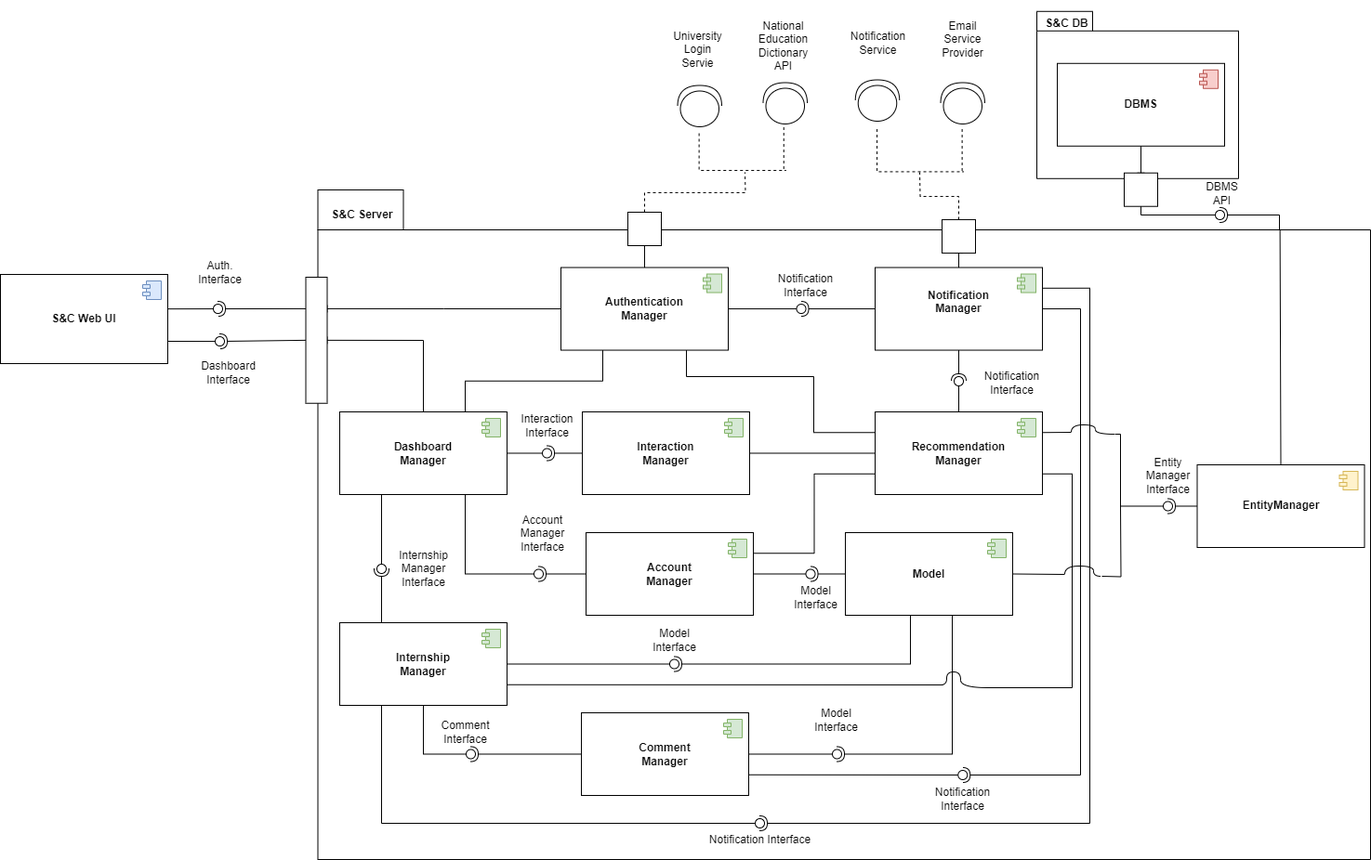
Above: DD_figures/S&C.drawio.png in alesalv0/RattiSalvatoreYalcin (draw.io), before the change. Source tidied: cells renumbered, new cells last; positions are measured from the earlier drawing's top-left corner, leaving out a move shared by most shapes.
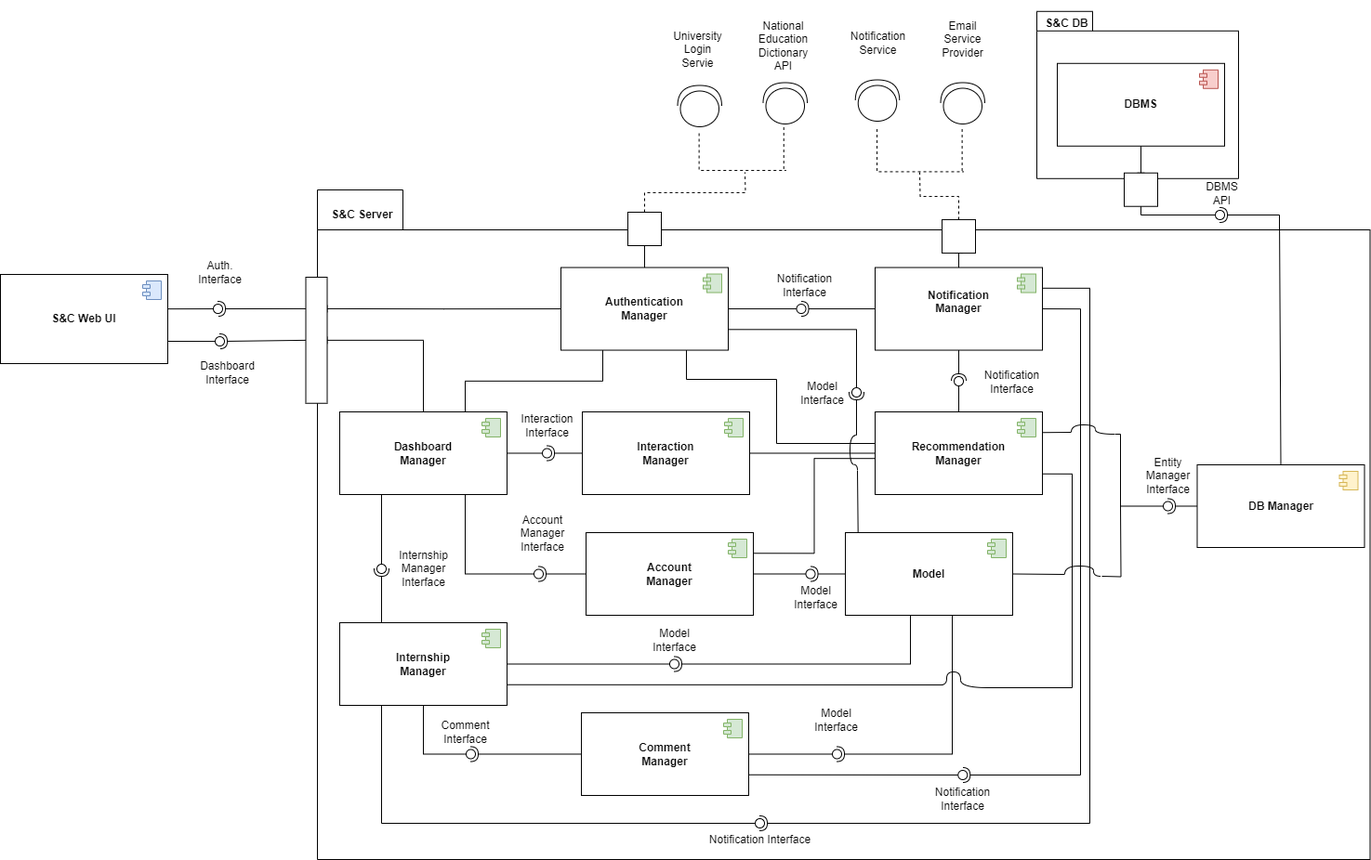
The same diagram one commit later.

Change to the diagram source:
```diff
@@ -3,7 +3,7 @@
     <mxCell id="0" />
     <mxCell id="1" parent="0" />
     <mxCell id="2" value="&lt;div&gt;&lt;span style=&quot;font-weight: normal;&quot;&gt;&lt;br&gt;&lt;/span&gt;&lt;/div&gt;" style="shape=folder;fontStyle=1;spacingTop=10;tabWidth=92;tabHeight=43;tabPosition=left;html=1;whiteSpace=wrap;" parent="1" vertex="1">
-      <mxGeometry x="341.5" y="204" width="1132.5" height="721" as="geometry" />
+      <mxGeometry x="341" y="204" width="1132.5" height="721" as="geometry" />
     </mxCell>
     <mxCell id="3" value="&lt;b&gt;S&amp;amp;C Server&lt;/b&gt;" style="text;html=1;align=center;verticalAlign=middle;strokeColor=none;fillColor=none;" parent="1" vertex="1">
       <mxGeometry x="347" y="218" width="84" height="26" as="geometry" />
@@ -11,7 +11,7 @@
     <mxCell id="4" style="ellipse;whiteSpace=wrap;html=1;align=center;fillColor=none;strokeColor=none;perimeter=centerPerimeter;" parent="1" vertex="1">
       <mxGeometry x="977" y="464" width="10" height="10" as="geometry" />
     </mxCell>
-    <mxCell id="5" value="&lt;b&gt;EntityManager&lt;/b&gt;" style="html=1;whiteSpace=wrap;" parent="1" vertex="1">
+    <mxCell id="5" value="&lt;b&gt;DB Manager&lt;/b&gt;" style="html=1;whiteSpace=wrap;" parent="1" vertex="1">
       <mxGeometry x="1287.5" y="500" width="180" height="89" as="geometry" />
     </mxCell>
     <mxCell id="6" style="shape=module;jettyWidth=8;jettyHeight=4;fillColor=#fff2cc;strokeColor=#d6b656;" parent="5" vertex="1">
@@ -22,12 +22,13 @@
     <mxCell id="7" style="edgeStyle=orthogonalEdgeStyle;rounded=0;jettySize=auto;html=1;entryX=0.5;entryY=1;entryDx=0;entryDy=0;endArrow=baseDash;endFill=0;" parent="1" edge="1" source="10" target="59">
       <mxGeometry relative="1" as="geometry" />
     </mxCell>
-    <mxCell id="8" style="edgeStyle=orthogonalEdgeStyle;rounded=0;jettySize=auto;html=1;exitX=0.75;exitY=1;exitDx=0;exitDy=0;endArrow=baseDash;endFill=0;entryX=0;entryY=0.25;entryDx=0;entryDy=0;" parent="1" edge="1" source="10" target="39">
+    <mxCell id="8" style="edgeStyle=orthogonalEdgeStyle;rounded=0;jettySize=auto;html=1;exitX=0.75;exitY=1;exitDx=0;exitDy=0;endArrow=baseDash;endFill=0;entryX=0.008;entryY=0.38;entryDx=0;entryDy=0;entryPerimeter=0;" parent="1" edge="1" source="10" target="39">
       <mxGeometry relative="1" as="geometry">
         <Array as="points">
-          <mxPoint x="738" y="405" />
-          <mxPoint x="875" y="405" />
-          <mxPoint x="875" y="465" />
+          <mxPoint x="738" y="408" />
+          <mxPoint x="835" y="408" />
+          <mxPoint x="835" y="477" />
+          <mxPoint x="942" y="477" />
         </Array>
       </mxGeometry>
     </mxCell>
@@ -251,7 +252,7 @@
         <mxPoint x="-27" y="7" as="offset" />
       </mxGeometry>
     </mxCell>
-    <mxCell id="69" style="edgeStyle=orthogonalEdgeStyle;rounded=0;jettySize=auto;html=1;exitX=1;exitY=0.25;exitDx=0;exitDy=0;entryX=0;entryY=0.75;entryDx=0;entryDy=0;endArrow=baseDash;endFill=0;" parent="1" edge="1" source="70" target="39">
+    <mxCell id="69" style="edgeStyle=orthogonalEdgeStyle;rounded=0;jettySize=auto;html=1;exitX=1;exitY=0.25;exitDx=0;exitDy=0;entryX=0;entryY=0.564;entryDx=0;entryDy=0;endArrow=baseDash;endFill=0;entryPerimeter=0;" parent="1" edge="1" source="70" target="39">
       <mxGeometry relative="1" as="geometry" />
     </mxCell>
     <mxCell id="70" value="&lt;b&gt;Account&lt;/b&gt;&lt;div&gt;&lt;b&gt;Manager&lt;/b&gt;&lt;span style=&quot;color: rgba(0, 0, 0, 0); font-family: monospace; font-size: 0px; text-align: start; text-wrap-mode: nowrap; background-color: initial;&quot;&gt;%3CmxGraphModel%3E%3Croot%3E%3CmxCell%20id%3D%220%22%2F%3E%3CmxCell%20id%3D%221%22%20parent%3D%220%22%2F%3E%3CmxCell%20id%3D%222%22%20value%3D%22%26lt%3Bb%26gt%3BS%26amp%3Bamp%3BCManager%26lt%3B%2Fb%26gt%3B%22%20style%3D%22html%3D1%3BdropTarget%3D0%3BwhiteSpace%3Dwrap%3B%22%20vertex%3D%221%22%20parent%3D%221%22%3E%3CmxGeometry%20x%3D%22436%22%20y%3D%22396%22%20width%3D%22180%22%20height%3D%2289%22%20as%3D%22geometry%22%2F%3E%3C%2FmxCell%3E%3CmxCell%20id%3D%223%22%20value%3D%22%22%20style%3D%22shape%3Dmodule%3BjettyWidth%3D8%3BjettyHeight%3D4%3BfillColor%3D%23d5e8d4%3BstrokeColor%3D%2382b366%3B%22%20vertex%3D%221%22%20parent%3D%222%22%3E%3CmxGeometry%20x%3D%221%22%20width%3D%2220%22%20height%3D%2220%22%20relative%3D%221%22%20as%3D%22geometry%22%3E%3CmxPoint%20x%3D%22-27%22%20y%3D%227%22%20as%3D%22offset%22%2F%3E%3C%2FmxGeometry%3E%3C%2FmxCell%3E%3C%2Froot%3E%3C%2FmxGraphModel%3E&lt;/span&gt;&lt;/div&gt;" style="html=1;whiteSpace=wrap;" parent="1" vertex="1">
@@ -550,5 +551,37 @@
     <mxCell id="138" style="ellipse;whiteSpace=wrap;html=1;align=center;fillColor=none;strokeColor=none;perimeter=centerPerimeter;points=[];outlineConnect=1;" parent="1" vertex="1">
       <mxGeometry x="1307" y="226" width="10" height="10" as="geometry" />
     </mxCell>
+    <mxCell id="139" style="rounded=0;jettySize=auto;html=1;endArrow=halfCircle;endFill=0;endSize=6;strokeWidth=1;sketch=0;" parent="1" edge="1" target="141">
+      <mxGeometry relative="1" as="geometry">
+        <mxPoint x="921" y="468" as="sourcePoint" />
+      </mxGeometry>
+    </mxCell>
+    <mxCell id="140" style="rounded=0;jettySize=auto;html=1;endArrow=oval;endFill=0;sketch=0;sourcePerimeterSpacing=0;targetPerimeterSpacing=0;endSize=10;exitX=1;exitY=0.75;exitDx=0;exitDy=0;edgeStyle=orthogonalEdgeStyle;" parent="1" edge="1" source="10" target="141">
+      <mxGeometry relative="1" as="geometry" />
+    </mxCell>
+    <mxCell id="141" style="ellipse;whiteSpace=wrap;html=1;align=center;fillColor=none;strokeColor=none;perimeter=centerPerimeter;points=[];outlineConnect=1;" parent="1" vertex="1">
+      <mxGeometry x="916" y="417" width="10" height="10" as="geometry" />
+    </mxCell>
+    <mxCell id="142" value="Model&lt;div&gt;Interface&lt;/div&gt;" style="text;html=1;align=center;verticalAlign=middle;strokeColor=none;fillColor=none;" parent="1" vertex="1">
+      <mxGeometry x="851" y="402" width="65" height="41" as="geometry" />
+    </mxCell>
+    <mxCell id="143" style="endArrow=none;html=1;rounded=0;exitX=0.076;exitY=0.005;exitDx=0;exitDy=0;exitPerimeter=0;" parent="1" edge="1" source="44">
+      <mxGeometry relative="1" as="geometry">
+        <mxPoint x="922" y="506" as="targetPoint" />
+      </mxGeometry>
+    </mxCell>
+    <mxCell id="144" style="endArrow=none;html=1;rounded=0;edgeStyle=orthogonalEdgeStyle;curved=1;" parent="1" edge="1">
+      <mxGeometry relative="1" as="geometry">
+        <mxPoint x="922" y="506" as="sourcePoint" />
+        <mxPoint x="921" y="468" as="targetPoint" />
+        <Array as="points">
+          <mxPoint x="922" y="500" />
+          <mxPoint x="921" y="500" />
+          <mxPoint x="921" y="499" />
+          <mxPoint x="914" y="499" />
+          <mxPoint x="914" y="468" />
+        </Array>
+      </mxGeometry>
+    </mxCell>
   </root>
 </mxGraphModel>
```
